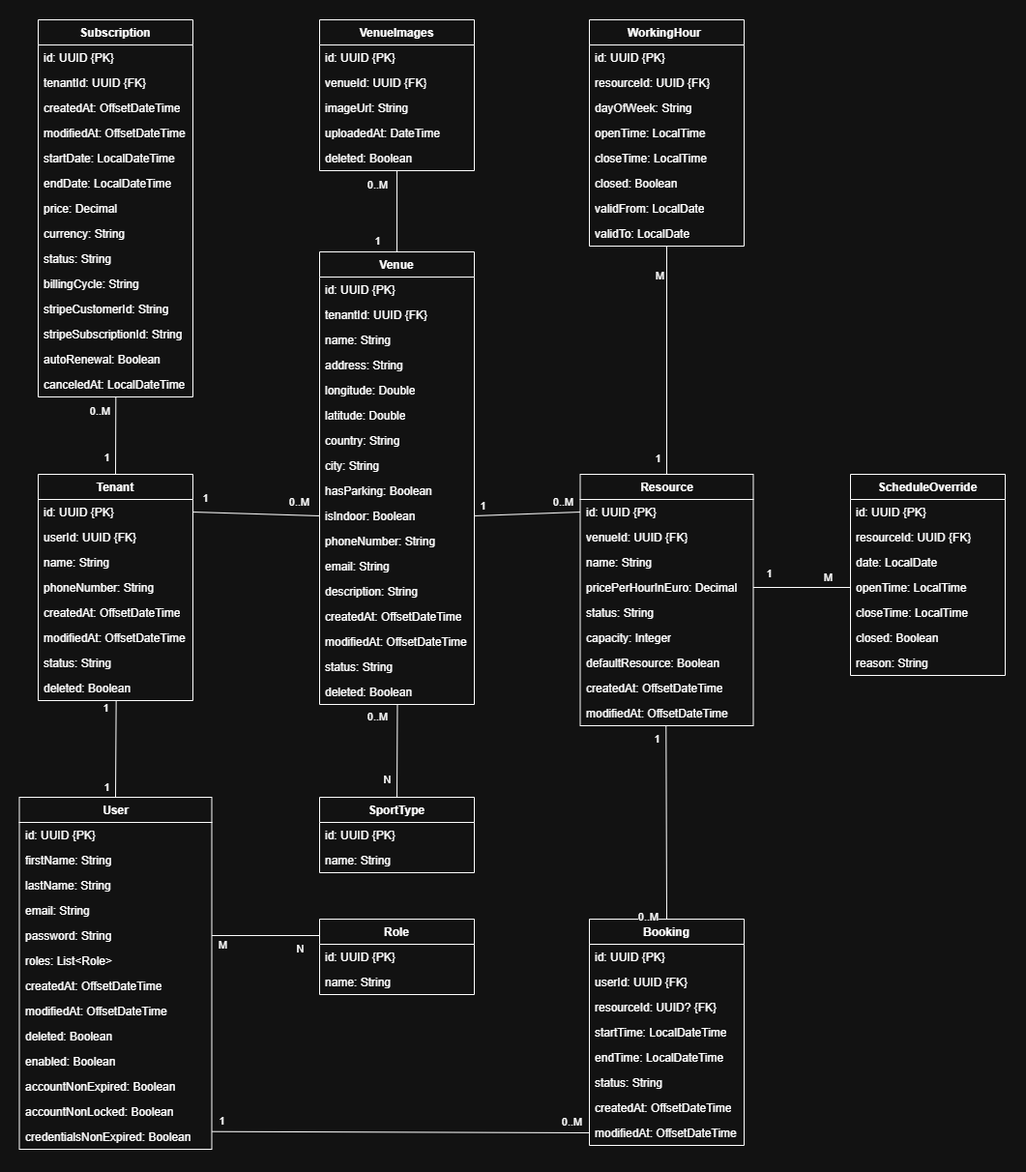
Earlier version of the draw.io export Documents/Class Diagram/Class Diagram.png (Gjxrgj/AtlasSports). Source tidied: cells renumbered, new cells last; positions are measured from the earlier drawing's top-left corner, leaving out a move shared by most shapes.
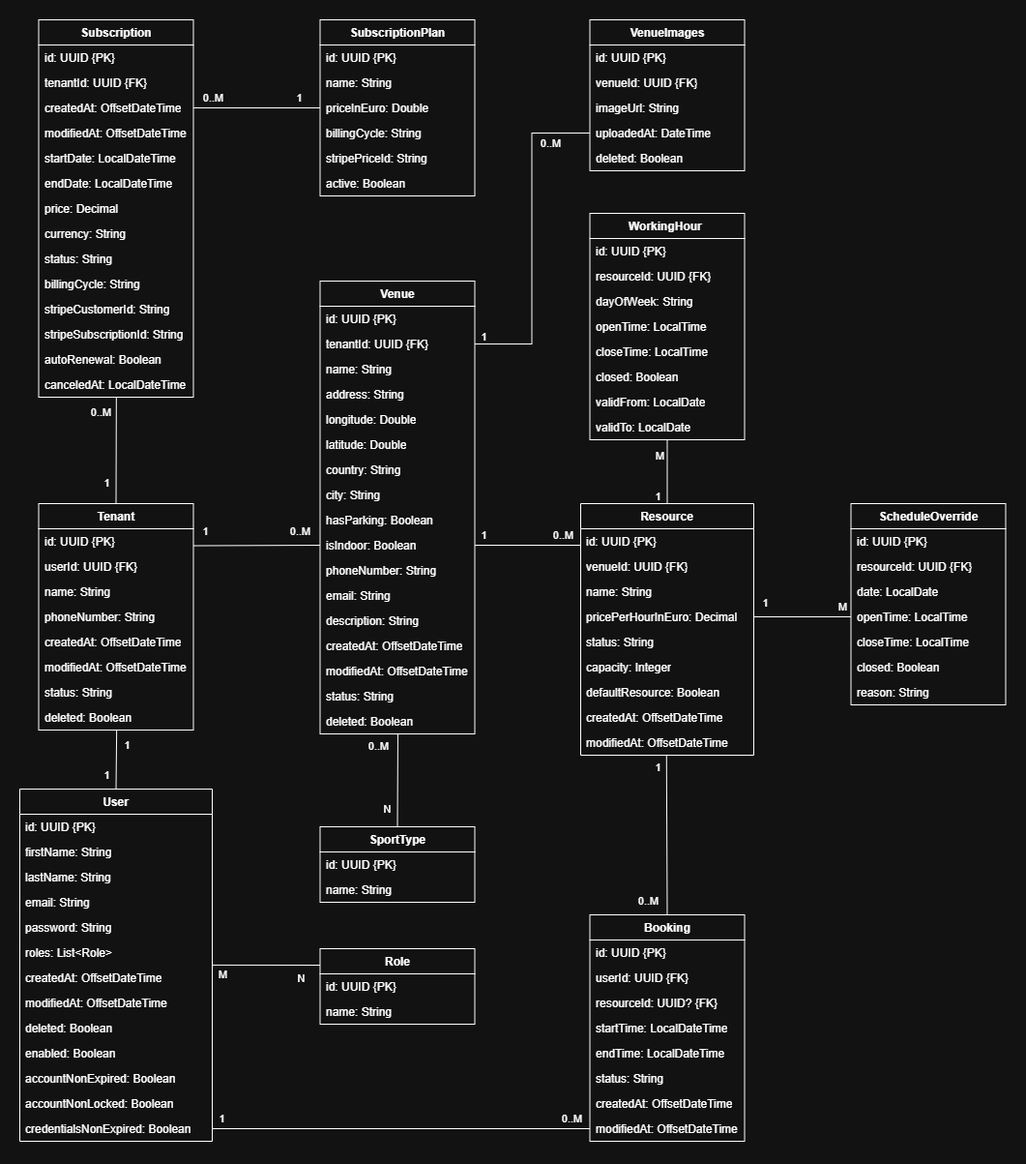
After the commit.

What changed in the source:
```diff
@@ -3,7 +3,7 @@
     <mxCell id="0" />
     <mxCell id="1" parent="0" />
     <mxCell id="2" value="User" style="swimlane;fontStyle=1;align=center;verticalAlign=top;horizontal=1;startSize=26;whiteSpace=wrap;html=1;" parent="1" vertex="1">
-      <mxGeometry x="0.5" y="804" width="199" height="364" as="geometry" />
+      <mxGeometry x="0.5" y="765" width="199" height="364" as="geometry" />
     </mxCell>
     <mxCell id="3" value="id: UUID&amp;nbsp;{PK}" style="text;strokeColor=none;fillColor=none;align=left;verticalAlign=top;spacingLeft=4;spacingRight=4;overflow=hidden;whiteSpace=wrap;html=1;" parent="2" vertex="1">
       <mxGeometry y="26" width="199" height="26" as="geometry" />
@@ -45,7 +45,7 @@
       <mxGeometry y="338" width="199" height="26" as="geometry" />
     </mxCell>
     <mxCell id="16" value="WorkingHour&lt;span style=&quot;white-space: pre;&quot;&gt;&#9;&lt;/span&gt;" style="swimlane;fontStyle=1;align=center;verticalAlign=top;horizontal=1;startSize=26;whiteSpace=wrap;html=1;" parent="1" vertex="1">
-      <mxGeometry x="590" width="160" height="234" as="geometry" />
+      <mxGeometry x="590" y="170" width="160" height="234" as="geometry" />
     </mxCell>
     <mxCell id="17" value="id: UUID&amp;nbsp;{PK}" style="text;strokeColor=none;fillColor=none;align=left;verticalAlign=top;spacingLeft=4;spacingRight=4;overflow=hidden;whiteSpace=wrap;html=1;" parent="16" vertex="1">
       <mxGeometry y="26" width="160" height="26" as="geometry" />
@@ -153,7 +153,7 @@
       <mxGeometry y="442" width="160" height="26" as="geometry" />
     </mxCell>
     <mxCell id="52" value="Subscription" style="swimlane;fontStyle=1;align=center;verticalAlign=top;horizontal=1;startSize=26;whiteSpace=wrap;html=1;" parent="1" vertex="1">
-      <mxGeometry x="20" width="160" height="390" as="geometry" />
+      <mxGeometry x="20" y="-30" width="160" height="390" as="geometry" />
     </mxCell>
     <mxCell id="53" value="id: UUID&amp;nbsp;{PK}" style="text;strokeColor=none;fillColor=none;align=left;verticalAlign=top;spacingLeft=4;spacingRight=4;overflow=hidden;whiteSpace=wrap;html=1;" parent="52" vertex="1">
       <mxGeometry y="26" width="160" height="26" as="geometry" />
@@ -198,7 +198,7 @@
       <mxGeometry y="364" width="160" height="26" as="geometry" />
     </mxCell>
     <mxCell id="67" value="Booking" style="swimlane;fontStyle=1;align=center;verticalAlign=top;horizontal=1;startSize=26;whiteSpace=wrap;html=1;" parent="1" vertex="1">
-      <mxGeometry x="590" y="930" width="160" height="234" as="geometry" />
+      <mxGeometry x="590" y="895" width="160" height="234" as="geometry" />
     </mxCell>
     <mxCell id="68" value="id: UUID&amp;nbsp;{PK}" style="text;strokeColor=none;fillColor=none;align=left;verticalAlign=top;spacingLeft=4;spacingRight=4;overflow=hidden;whiteSpace=wrap;html=1;" parent="67" vertex="1">
       <mxGeometry y="26" width="160" height="26" as="geometry" />
@@ -225,7 +225,7 @@
       <mxGeometry y="208" width="160" height="26" as="geometry" />
     </mxCell>
     <mxCell id="76" value="VenueImages" style="swimlane;fontStyle=1;align=center;verticalAlign=top;horizontal=1;startSize=26;whiteSpace=wrap;html=1;" parent="1" vertex="1">
-      <mxGeometry x="311" width="160" height="156" as="geometry" />
+      <mxGeometry x="590" y="-30" width="160" height="156" as="geometry" />
     </mxCell>
     <mxCell id="77" value="id: UUID&amp;nbsp;{PK}" style="text;strokeColor=none;fillColor=none;align=left;verticalAlign=top;spacingLeft=4;spacingRight=4;overflow=hidden;whiteSpace=wrap;html=1;" parent="76" vertex="1">
       <mxGeometry y="26" width="160" height="26" as="geometry" />
@@ -281,12 +281,17 @@
     <mxCell id="94" value="name: String" style="text;strokeColor=none;fillColor=none;align=left;verticalAlign=top;spacingLeft=4;spacingRight=4;overflow=hidden;whiteSpace=wrap;html=1;" parent="92" vertex="1">
       <mxGeometry y="52" width="160" height="26" as="geometry" />
     </mxCell>
-    <mxCell id="95" style="endArrow=none;html=1;rounded=0;entryX=0.5;entryY=0;entryDx=0;entryDy=0;exitX=0.5;exitY=1;exitDx=0;exitDy=0;exitPerimeter=0;" parent="1" edge="1" source="81" target="34">
-      <mxGeometry relative="1" as="geometry" />
+    <mxCell id="95" style="endArrow=none;html=1;rounded=0;entryX=1;entryY=0.5;entryDx=0;entryDy=0;exitX=0;exitY=0.5;exitDx=0;exitDy=0;" parent="1" edge="1" source="80" target="36">
+      <mxGeometry relative="1" as="geometry">
+        <Array as="points">
+          <mxPoint x="530" y="87" />
+          <mxPoint x="530" y="305" />
+        </Array>
+      </mxGeometry>
     </mxCell>
     <mxCell id="96" value="1" style="edgeLabel;html=1;align=center;verticalAlign=middle;" parent="95" vertex="1">
       <mxGeometry x="0.88" y="-2" relative="1" as="geometry">
-        <mxPoint x="-19" y="-6" as="offset" />
+        <mxPoint x="-11" y="-6" as="offset" />
       </mxGeometry>
     </mxCell>
     <mxCell id="97" value="0..M" style="edgeLabel;html=1;align=center;verticalAlign=middle;" parent="95" vertex="1">
@@ -294,7 +299,7 @@
         <mxPoint x="-21" y="10" as="offset" />
       </mxGeometry>
     </mxCell>
-    <mxCell id="98" style="endArrow=none;html=1;rounded=0;entryX=0;entryY=0.5;entryDx=0;entryDy=0;exitX=1;exitY=0.5;exitDx=0;exitDy=0;" parent="1" edge="1" source="26" target="44">
+    <mxCell id="98" style="endArrow=none;html=1;rounded=0;entryX=0;entryY=0.5;entryDx=0;entryDy=0;exitX=1.002;exitY=0.674;exitDx=0;exitDy=0;exitPerimeter=0;" parent="1" edge="1" source="26" target="44">
       <mxGeometry relative="1" as="geometry" />
     </mxCell>
     <mxCell id="99" value="0..M" style="edgeLabel;html=1;align=center;verticalAlign=middle;" parent="98" vertex="1">
@@ -320,8 +325,10 @@
         <mxPoint x="-12" y="-2" as="offset" />
       </mxGeometry>
     </mxCell>
-    <mxCell id="104" style="endArrow=none;html=1;rounded=0;entryX=1;entryY=0.5;entryDx=0;entryDy=0;exitX=0;exitY=0.5;exitDx=0;exitDy=0;" parent="1" edge="1" source="83" target="44">
-      <mxGeometry relative="1" as="geometry" />
+    <mxCell id="104" style="endArrow=none;html=1;rounded=0;entryX=1;entryY=0.5;entryDx=0;entryDy=0;" parent="1" edge="1" target="44">
+      <mxGeometry relative="1" as="geometry">
+        <mxPoint x="580" y="513" as="sourcePoint" />
+      </mxGeometry>
     </mxCell>
     <mxCell id="105" value="1" style="edgeLabel;html=1;align=center;verticalAlign=middle;" parent="104" vertex="1">
       <mxGeometry x="0.9" y="2" relative="1" as="geometry">
@@ -351,15 +358,15 @@
     </mxCell>
     <mxCell id="111" value="1" style="edgeLabel;html=1;align=center;verticalAlign=middle;" parent="110" vertex="1">
       <mxGeometry x="0.9" y="2" relative="1" as="geometry">
-        <mxPoint x="-9" y="2" as="offset" />
+        <mxPoint x="12" y="13" as="offset" />
       </mxGeometry>
     </mxCell>
     <mxCell id="112" value="1" style="edgeLabel;html=1;align=center;verticalAlign=middle;" parent="110" vertex="1">
       <mxGeometry x="-0.66" y="-1" relative="1" as="geometry">
-        <mxPoint x="-11" y="6" as="offset" />
+        <mxPoint x="-11" y="-5" as="offset" />
       </mxGeometry>
     </mxCell>
-    <mxCell id="113" style="endArrow=none;html=1;rounded=0;exitX=0;exitY=0.5;exitDx=0;exitDy=0;entryX=1.002;entryY=0.297;entryDx=0;entryDy=0;entryPerimeter=0;" parent="1" edge="1" source="75" target="15">
+    <mxCell id="113" style="endArrow=none;html=1;rounded=0;exitX=0;exitY=0.5;exitDx=0;exitDy=0;entryX=1;entryY=0.5;entryDx=0;entryDy=0;" parent="1" edge="1" source="75" target="15">
       <mxGeometry relative="1" as="geometry" />
     </mxCell>
     <mxCell id="114" value="1" style="edgeLabel;html=1;align=center;verticalAlign=middle;" parent="113" vertex="1">
@@ -382,7 +389,7 @@
     </mxCell>
     <mxCell id="118" value="0..M" style="edgeLabel;html=1;align=center;verticalAlign=middle;" parent="116" vertex="1">
       <mxGeometry x="-0.66" y="-1" relative="1" as="geometry">
-        <mxPoint x="-21" y="32" as="offset" />
+        <mxPoint x="-21" y="14" as="offset" />
       </mxGeometry>
     </mxCell>
     <mxCell id="119" style="endArrow=none;html=1;rounded=0;entryX=0.5;entryY=0;entryDx=0;entryDy=0;exitX=0.5;exitY=1;exitDx=0;exitDy=0;" parent="1" edge="1" source="16" target="82">
@@ -395,7 +402,7 @@
     </mxCell>
     <mxCell id="121" value="M" style="edgeLabel;html=1;align=center;verticalAlign=middle;" parent="119" vertex="1">
       <mxGeometry x="-0.66" y="-1" relative="1" as="geometry">
-        <mxPoint x="-7" y="-10" as="offset" />
+        <mxPoint x="-7" y="5" as="offset" />
       </mxGeometry>
     </mxCell>
     <mxCell id="122" value="Role" style="swimlane;fontStyle=1;align=center;verticalAlign=top;horizontal=1;startSize=26;whiteSpace=wrap;html=1;" parent="1" vertex="1">
@@ -407,7 +414,7 @@
     <mxCell id="124" value="name: String" style="text;strokeColor=none;fillColor=none;align=left;verticalAlign=top;spacingLeft=4;spacingRight=4;overflow=hidden;whiteSpace=wrap;html=1;" parent="122" vertex="1">
       <mxGeometry y="52" width="160" height="26" as="geometry" />
     </mxCell>
-    <mxCell id="125" style="endArrow=none;html=1;rounded=0;entryX=1;entryY=0.5;entryDx=0;entryDy=0;" parent="1" edge="1" target="7">
+    <mxCell id="125" style="endArrow=none;html=1;rounded=0;entryX=1.003;entryY=-0.004;entryDx=0;entryDy=0;entryPerimeter=0;" parent="1" edge="1" target="9">
       <mxGeometry relative="1" as="geometry">
         <mxPoint x="311" y="947" as="sourcePoint" />
       </mxGeometry>
@@ -451,13 +458,47 @@
     </mxCell>
     <mxCell id="137" value="1" style="edgeLabel;html=1;align=center;verticalAlign=middle;" parent="136" vertex="1">
       <mxGeometry x="0.9" y="2" relative="1" as="geometry">
-        <mxPoint x="11" y="-17" as="offset" />
+        <mxPoint x="6" y="-17" as="offset" />
       </mxGeometry>
     </mxCell>
     <mxCell id="138" value="M" style="edgeLabel;html=1;align=center;verticalAlign=middle;" parent="136" vertex="1">
       <mxGeometry x="-0.66" y="-1" relative="1" as="geometry">
-        <mxPoint x="-7" y="-10" as="offset" />
+        <mxPoint x="8" y="-10" as="offset" />
       </mxGeometry>
     </mxCell>
+    <mxCell id="139" value="SubscriptionPlan" style="swimlane;fontStyle=1;align=center;verticalAlign=top;horizontal=1;startSize=26;whiteSpace=wrap;html=1;" parent="1" vertex="1">
+      <mxGeometry x="311" y="-30" width="160" height="182" as="geometry" />
+    </mxCell>
+    <mxCell id="140" value="id: UUID&amp;nbsp;{PK}" style="text;strokeColor=none;fillColor=none;align=left;verticalAlign=top;spacingLeft=4;spacingRight=4;overflow=hidden;whiteSpace=wrap;html=1;" parent="139" vertex="1">
+      <mxGeometry y="26" width="160" height="26" as="geometry" />
+    </mxCell>
+    <mxCell id="141" value="name: String" style="text;strokeColor=none;fillColor=none;align=left;verticalAlign=top;spacingLeft=4;spacingRight=4;overflow=hidden;whiteSpace=wrap;html=1;" parent="139" vertex="1">
+      <mxGeometry y="52" width="160" height="26" as="geometry" />
+    </mxCell>
+    <mxCell id="142" value="priceInEuro: Double" style="text;strokeColor=none;fillColor=none;align=left;verticalAlign=top;spacingLeft=4;spacingRight=4;overflow=hidden;points=[[0,0.5],[1,0.5]];portConstraint=eastwest;whiteSpace=wrap;html=1;" parent="139" vertex="1">
+      <mxGeometry y="78" width="160" height="26" as="geometry" />
+    </mxCell>
+    <mxCell id="143" value="billingCycle: String&lt;div&gt;&lt;br&gt;&lt;/div&gt;" style="text;strokeColor=none;fillColor=none;align=left;verticalAlign=top;spacingLeft=4;spacingRight=4;overflow=hidden;whiteSpace=wrap;html=1;" parent="139" vertex="1">
+      <mxGeometry y="104" width="160" height="26" as="geometry" />
+    </mxCell>
+    <mxCell id="144" value="stripePriceId: String" style="text;strokeColor=none;fillColor=none;align=left;verticalAlign=top;spacingLeft=4;spacingRight=4;overflow=hidden;whiteSpace=wrap;html=1;" parent="139" vertex="1">
+      <mxGeometry y="130" width="160" height="26" as="geometry" />
+    </mxCell>
+    <mxCell id="145" value="active: Boolean" style="text;strokeColor=none;fillColor=none;align=left;verticalAlign=top;spacingLeft=4;spacingRight=4;overflow=hidden;whiteSpace=wrap;html=1;" parent="139" vertex="1">
+      <mxGeometry y="156" width="160" height="26" as="geometry" />
+    </mxCell>
+    <mxCell id="146" style="endArrow=none;html=1;rounded=0;exitX=0;exitY=0.5;exitDx=0;exitDy=0;entryX=1;entryY=0.5;entryDx=0;entryDy=0;" parent="1" edge="1" source="142" target="55">
+      <mxGeometry relative="1" as="geometry" />
+    </mxCell>
+    <mxCell id="147" value="0..M" style="edgeLabel;html=1;align=center;verticalAlign=middle;" parent="146" vertex="1">
+      <mxGeometry x="0.9" y="2" relative="1" as="geometry">
+        <mxPoint x="13" y="-13" as="offset" />
+      </mxGeometry>
+    </mxCell>
+    <mxCell id="148" value="1" style="edgeLabel;html=1;align=center;verticalAlign=middle;" parent="146" vertex="1">
+      <mxGeometry x="-0.66" y="-1" relative="1" as="geometry">
+        <mxPoint x="1" y="-10" as="offset" />
+      </mxGeometry>
+    </mxCell>
   </root>
 </mxGraphModel>
```
